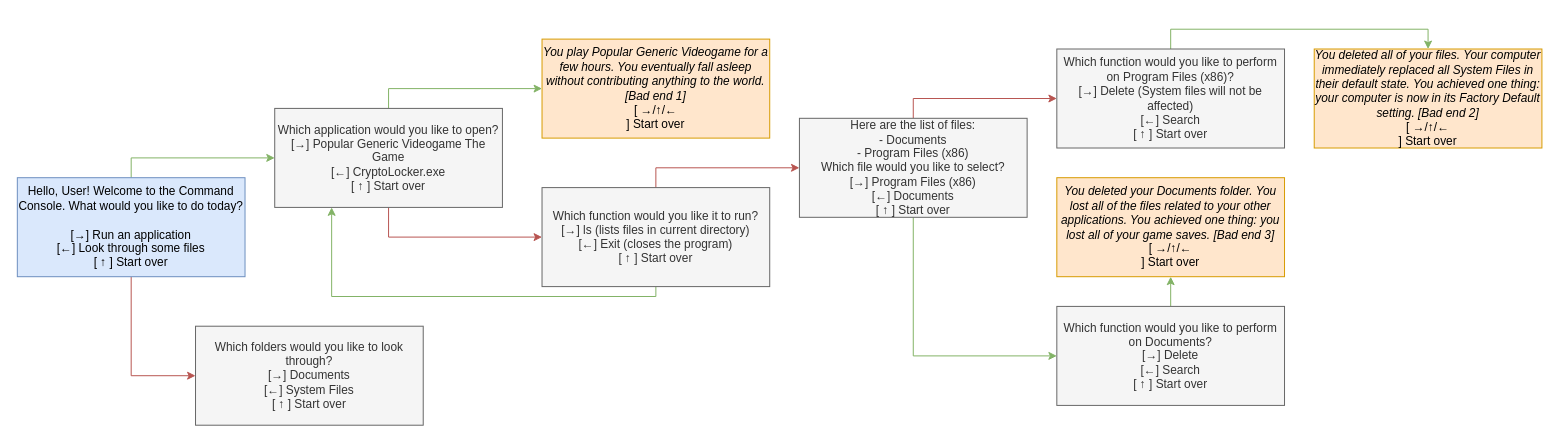
Earlier version of the draw.io diagram Story Diagram.drawio (BlizzardBunny/command-console-the-game). Source tidied: cells renumbered, new cells numbered last; positions are measured from the earlier drawing's top-left corner, leaving out a move shared by most shapes. Both pictures are drawn from the tidied source at 99%, with x=0, y=0 at pixel (17, 39).
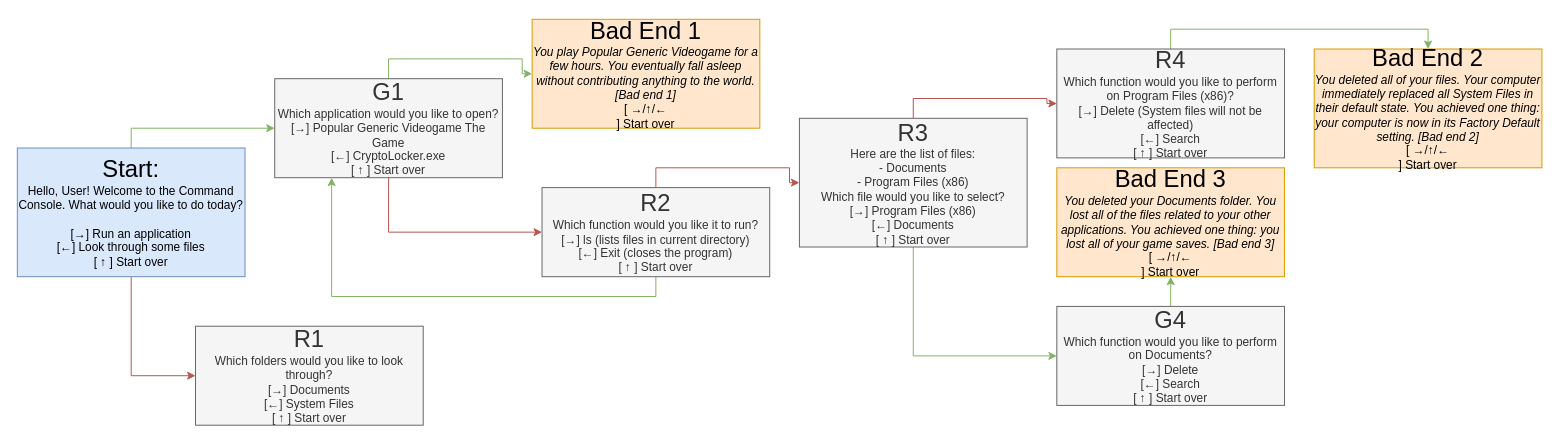
The same diagram, later.

Commit message:
naming conventions added

What changed in the source:
```diff
@@
-    <mxCell id="4" value="&lt;div&gt;Hello, User! Welcome to the Command Console. What would you like to do today?&lt;/div&gt;&lt;div&gt;&lt;br&gt;&lt;/div&gt;&lt;div&gt;[→] Run an application&lt;/div&gt;&lt;div&gt;[←] Look through some files&lt;/div&gt;&lt;div&gt;[ ↑ ] Start over&lt;/div&gt;" style="text;html=1;strokeColor=#6c8ebf;fillColor=#dae8fc;align=center;verticalAlign=middle;whiteSpace=wrap;rounded=0;" parent="1" vertex="1">
-      <mxGeometry y="140" width="230" height="100" as="geometry" />
+    <mxCell id="4" value="&lt;div style=&quot;font-size: 24px&quot;&gt;Start:&lt;/div&gt;&lt;div&gt;Hello, User! Welcome to the Command Console. What would you like to do today?&lt;/div&gt;&lt;div&gt;&lt;br&gt;&lt;/div&gt;&lt;div&gt;[→] Run an application&lt;/div&gt;&lt;div&gt;[←] Look through some files&lt;/div&gt;&lt;div&gt;[ ↑ ] Start over&lt;/div&gt;" style="text;html=1;strokeColor=#6c8ebf;fillColor=#dae8fc;align=center;verticalAlign=middle;whiteSpace=wrap;rounded=0;" parent="1" vertex="1">
+      <mxGeometry y="110" width="230" height="130" as="geometry" />
     </mxCell>
-    <mxCell id="5" style="edgeStyle=orthogonalEdgeStyle;rounded=0;jettySize=auto;html=1;exitX=0.5;exitY=0;exitDx=0;exitDy=0;entryX=0;entryY=0.5;entryDx=0;entryDy=0;fillColor=#d5e8d4;strokeColor=#82b366;" parent="1" edge="1" source="7" target="12">
+    <mxCell id="5" style="edgeStyle=orthogonalEdgeStyle;rounded=0;jettySize=auto;html=1;exitX=0.5;exitY=0;exitDx=0;exitDy=0;entryX=0;entryY=0.5;entryDx=0;entryDy=0;fillColor=#d5e8d4;strokeColor=#82b366;" parent="1" edge="1" source="7" target="22">
       <mxGeometry relative="1" as="geometry" />
     </mxCell>
@@
-    <mxCell id="7" value="&lt;div&gt;Which application would you like to open?&lt;/div&gt;&lt;div&gt;&lt;span&gt; &lt;/span&gt;[→] Popular Generic Videogame The Game&lt;/div&gt;&lt;div&gt;&lt;span&gt; &lt;/span&gt;[←] CryptoLocker.exe&lt;/div&gt;&lt;div&gt;&lt;span&gt; &lt;/span&gt;[ ↑ ] Start over&lt;/div&gt;" style="text;html=1;align=center;verticalAlign=middle;whiteSpace=wrap;rounded=0;fillColor=#f5f5f5;strokeColor=#666666;fontColor=#333333;" parent="1" vertex="1">
-      <mxGeometry x="260" y="70" width="230" height="100" as="geometry" />
+    <mxCell id="7" value="&lt;div style=&quot;font-size: 24px&quot;&gt;G1&lt;/div&gt;&lt;div&gt;Which application would you like to open?&lt;/div&gt;&lt;div&gt;&lt;span&gt; &lt;/span&gt;[→] Popular Generic Videogame The Game&lt;/div&gt;&lt;div&gt;&lt;span&gt; &lt;/span&gt;[←] CryptoLocker.exe&lt;/div&gt;&lt;div&gt;&lt;span&gt; &lt;/span&gt;[ ↑ ] Start over&lt;/div&gt;" style="text;html=1;align=center;verticalAlign=middle;whiteSpace=wrap;rounded=0;fillColor=#f5f5f5;strokeColor=#666666;fontColor=#333333;" parent="1" vertex="1">
+      <mxGeometry x="260" y="40" width="230" height="100" as="geometry" />
     </mxCell>
-    <mxCell id="8" value="&lt;div&gt;Which folders would you like to look through?&lt;/div&gt;&lt;div&gt;&lt;span&gt; &lt;/span&gt;[→] Documents&lt;/div&gt;&lt;div&gt;&lt;span&gt; &lt;/span&gt;[←] System Files&lt;/div&gt;&lt;div&gt;&lt;span&gt; &lt;/span&gt;[ ↑ ] Start over&lt;/div&gt;" style="text;html=1;strokeColor=#666666;fillColor=#f5f5f5;align=center;verticalAlign=middle;whiteSpace=wrap;rounded=0;fontColor=#333333;" parent="1" vertex="1">
+    <mxCell id="8" value="&lt;div style=&quot;font-size: 24px&quot;&gt;R1&lt;/div&gt;&lt;div&gt;Which folders would you like to look through?&lt;/div&gt;&lt;div&gt;&lt;span&gt; &lt;/span&gt;[→] Documents&lt;/div&gt;&lt;div&gt;&lt;span&gt; &lt;/span&gt;[←] System Files&lt;/div&gt;&lt;div&gt;&lt;span&gt; &lt;/span&gt;[ ↑ ] Start over&lt;/div&gt;" style="text;html=1;strokeColor=#666666;fillColor=#f5f5f5;align=center;verticalAlign=middle;whiteSpace=wrap;rounded=0;fontColor=#333333;" parent="1" vertex="1">
       <mxGeometry x="180" y="290" width="230" height="100" as="geometry" />
     </mxCell>
@@
-    <mxCell id="11" value="&lt;div&gt;Which function would you like it to run?&lt;/div&gt;&lt;div&gt;&lt;span&gt; &lt;/span&gt;[→] ls (lists files in current directory)&lt;/div&gt;&lt;div&gt;&lt;span&gt; &lt;/span&gt;[←] Exit (closes the program)&lt;/div&gt;&lt;div&gt;&lt;span&gt; &lt;/span&gt;[ ↑ ] Start over&lt;/div&gt;" style="text;html=1;strokeColor=#666666;fillColor=#f5f5f5;align=center;verticalAlign=middle;whiteSpace=wrap;rounded=0;fontColor=#333333;" parent="1" vertex="1">
-      <mxGeometry x="530" y="150" width="230" height="100" as="geometry" />
+    <mxCell id="11" value="&lt;div style=&quot;font-size: 24px&quot;&gt;R2&lt;/div&gt;&lt;div&gt;Which function would you like it to run?&lt;/div&gt;&lt;div&gt;&lt;span&gt; &lt;/span&gt;[→] ls (lists files in current directory)&lt;/div&gt;&lt;div&gt;&lt;span&gt; &lt;/span&gt;[←] Exit (closes the program)&lt;/div&gt;&lt;div&gt;&lt;span&gt; &lt;/span&gt;[ ↑ ] Start over&lt;/div&gt;" style="text;html=1;strokeColor=#666666;fillColor=#f5f5f5;align=center;verticalAlign=middle;whiteSpace=wrap;rounded=0;fontColor=#333333;" parent="1" vertex="1">
+      <mxGeometry x="530" y="150" width="230" height="90" as="geometry" />
     </mxCell>
-    <mxCell id="12" value="&lt;i&gt;You play Popular Generic Videogame for a few hours. You eventually fall asleep without contributing anything to the world. [Bad end 1]&lt;br&gt;&lt;/i&gt;[ →/↑/←&lt;br&gt;] Start over&lt;i&gt;&lt;br&gt;&lt;/i&gt;" style="text;html=1;strokeColor=#d79b00;fillColor=#ffe6cc;align=center;verticalAlign=middle;whiteSpace=wrap;rounded=0;" parent="1" vertex="1">
-      <mxGeometry x="530" width="230" height="100" as="geometry" />
-    </mxCell>
@@
-    <mxCell id="15" value="&lt;div&gt;Here are the list of files:&lt;/div&gt;&lt;div&gt;- Documents&lt;/div&gt;&lt;div&gt;- Program Files (x86)&lt;br&gt;Which file would you like to select?&lt;/div&gt;&lt;div&gt;&lt;span&gt; &lt;/span&gt;[→] Program Files (x86)&lt;/div&gt;&lt;div&gt;&lt;span&gt; &lt;/span&gt;[←] Documents&lt;/div&gt;&lt;div&gt;&lt;span&gt; &lt;/span&gt;[ ↑ ] Start over&lt;/div&gt;" style="text;html=1;strokeColor=#666666;fillColor=#f5f5f5;align=center;verticalAlign=middle;whiteSpace=wrap;rounded=0;fontColor=#333333;" parent="1" vertex="1">
-      <mxGeometry x="790" y="80" width="230" height="100" as="geometry" />
+    <mxCell id="15" value="&lt;div style=&quot;font-size: 24px&quot;&gt;R3&lt;/div&gt;&lt;div&gt;Here are the list of files:&lt;/div&gt;&lt;div&gt;- Documents&lt;/div&gt;&lt;div&gt;- Program Files (x86)&lt;br&gt;Which file would you like to select?&lt;/div&gt;&lt;div&gt;&lt;span&gt; &lt;/span&gt;[→] Program Files (x86)&lt;/div&gt;&lt;div&gt;&lt;span&gt; &lt;/span&gt;[←] Documents&lt;/div&gt;&lt;div&gt;&lt;span&gt; &lt;/span&gt;[ ↑ ] Start over&lt;/div&gt;" style="text;html=1;strokeColor=#666666;fillColor=#f5f5f5;align=center;verticalAlign=middle;whiteSpace=wrap;rounded=0;fontColor=#333333;" parent="1" vertex="1">
+      <mxGeometry x="790" y="80" width="230" height="130" as="geometry" />
     </mxCell>
-    <mxCell id="16" style="edgeStyle=orthogonalEdgeStyle;rounded=0;jettySize=auto;html=1;exitX=0.5;exitY=0;exitDx=0;exitDy=0;entryX=0.5;entryY=0;entryDx=0;entryDy=0;fillColor=#d5e8d4;strokeColor=#82b366;" parent="1" edge="1" source="17" target="20">
+    <mxCell id="16" style="edgeStyle=orthogonalEdgeStyle;rounded=0;jettySize=auto;html=1;exitX=0.5;exitY=0;exitDx=0;exitDy=0;entryX=0.5;entryY=0;entryDx=0;entryDy=0;fillColor=#d5e8d4;strokeColor=#82b366;" parent="1" edge="1" source="17" target="23">
       <mxGeometry relative="1" as="geometry" />
     </mxCell>
-    <mxCell id="17" value="&lt;div&gt;Which function would you like to perform on Program Files (x86)?&lt;/div&gt;&lt;div&gt;&lt;span&gt; &lt;/span&gt;[→] Delete (System files will not be affected)&lt;/div&gt;&lt;div&gt;&lt;span&gt; &lt;/span&gt;[←] Search&lt;/div&gt;&lt;div&gt;&lt;span&gt; &lt;/span&gt;[ ↑ ] Start over&lt;/div&gt;" style="text;html=1;strokeColor=#666666;fillColor=#f5f5f5;align=center;verticalAlign=middle;whiteSpace=wrap;rounded=0;fontColor=#333333;" parent="1" vertex="1">
-      <mxGeometry x="1050" y="10" width="230" height="100" as="geometry" />
+    <mxCell id="17" value="&lt;div style=&quot;font-size: 24px&quot;&gt;R4&lt;/div&gt;&lt;div&gt;Which function would you like to perform on Program Files (x86)?&lt;/div&gt;&lt;div&gt;&lt;span&gt; &lt;/span&gt;[→] Delete (System files will not be affected)&lt;/div&gt;&lt;div&gt;&lt;span&gt; &lt;/span&gt;[←] Search&lt;/div&gt;&lt;div&gt;&lt;span&gt; &lt;/span&gt;[ ↑ ] Start over&lt;/div&gt;" style="text;html=1;strokeColor=#666666;fillColor=#f5f5f5;align=center;verticalAlign=middle;whiteSpace=wrap;rounded=0;fontColor=#333333;" parent="1" vertex="1">
+      <mxGeometry x="1050" y="10" width="230" height="110" as="geometry" />
     </mxCell>
-    <mxCell id="18" style="edgeStyle=orthogonalEdgeStyle;rounded=0;jettySize=auto;html=1;exitX=0.5;exitY=0;exitDx=0;exitDy=0;entryX=0.5;entryY=1;entryDx=0;entryDy=0;fillColor=#d5e8d4;strokeColor=#82b366;" parent="1" edge="1" source="19" target="21">
+    <mxCell id="18" style="edgeStyle=orthogonalEdgeStyle;rounded=0;jettySize=auto;html=1;exitX=0.5;exitY=0;exitDx=0;exitDy=0;entryX=0.5;entryY=1;entryDx=0;entryDy=0;fillColor=#d5e8d4;strokeColor=#82b366;" parent="1" edge="1" source="19" target="24">
       <mxGeometry relative="1" as="geometry" />
     </mxCell>
-    <mxCell id="19" value="&lt;div&gt;Which function would you like to perform on Documents?&lt;/div&gt;&lt;div&gt;&lt;span&gt; &lt;/span&gt;[→] Delete&lt;/div&gt;&lt;div&gt;&lt;span&gt; &lt;/span&gt;[←] Search&lt;/div&gt;&lt;div&gt;&lt;span&gt; &lt;/span&gt;[ ↑ ] Start over&lt;/div&gt;" style="text;html=1;strokeColor=#666666;fillColor=#f5f5f5;align=center;verticalAlign=middle;whiteSpace=wrap;rounded=0;fontColor=#333333;" parent="1" vertex="1">
+    <mxCell id="19" value="&lt;div style=&quot;font-size: 24px&quot;&gt;G4&lt;/div&gt;&lt;div&gt;Which function would you like to perform on Documents?&lt;/div&gt;&lt;div&gt;&lt;span&gt; &lt;/span&gt;[→] Delete&lt;/div&gt;&lt;div&gt;&lt;span&gt; &lt;/span&gt;[←] Search&lt;/div&gt;&lt;div&gt;&lt;span&gt; &lt;/span&gt;[ ↑ ] Start over&lt;/div&gt;" style="text;html=1;strokeColor=#666666;fillColor=#f5f5f5;align=center;verticalAlign=middle;whiteSpace=wrap;rounded=0;fontColor=#333333;" parent="1" vertex="1">
       <mxGeometry x="1050" y="270" width="230" height="100" as="geometry" />
     </mxCell>
-    <mxCell id="20" value="&lt;i&gt;You deleted all of your files. Your computer immediately replaced all System Files in their default state. You achieved one thing: your computer is now in its Factory Default setting. [Bad end 2]&lt;br&gt;&lt;/i&gt;[ →/↑/←&lt;br&gt;] Start over&lt;i&gt;&lt;br&gt;&lt;/i&gt;" style="text;html=1;strokeColor=#d79b00;fillColor=#ffe6cc;align=center;verticalAlign=middle;whiteSpace=wrap;rounded=0;" parent="1" vertex="1">
-      <mxGeometry x="1310" y="10" width="230" height="100" as="geometry" />
-    </mxCell>
-    <mxCell id="21" value="&lt;i&gt;You deleted your Documents folder. You lost all of the files related to your other applications. You achieved one thing: you lost all of your game saves. [Bad end 3]&lt;br&gt;&lt;/i&gt;[ →/↑/←&lt;br&gt;] Start over&lt;i&gt;&lt;br&gt;&lt;/i&gt;" style="text;html=1;strokeColor=#d79b00;fillColor=#ffe6cc;align=center;verticalAlign=middle;whiteSpace=wrap;rounded=0;" parent="1" vertex="1">
-      <mxGeometry x="1050" y="140" width="230" height="100" as="geometry" />
-    </mxCell>
+    <mxCell id="22" value="&lt;div style=&quot;font-size: 24px&quot;&gt;Bad End 1&lt;/div&gt;&lt;div&gt;&lt;i style=&quot;color: rgb(0 , 0 , 0)&quot;&gt;You play Popular Generic Videogame for a few hours. You eventually fall asleep without contributing anything to the world. [Bad end 1]&lt;br&gt;&lt;/i&gt;&lt;span style=&quot;color: rgb(0 , 0 , 0)&quot;&gt;[ →/↑/←&lt;/span&gt;&lt;br style=&quot;color: rgb(0 , 0 , 0)&quot;&gt;&lt;span style=&quot;color: rgb(0 , 0 , 0)&quot;&gt;] Start over&lt;/span&gt;&lt;br&gt;&lt;/div&gt;" style="text;html=1;align=center;verticalAlign=middle;whiteSpace=wrap;rounded=0;fillColor=#ffe6cc;strokeColor=#d79b00;" parent="1" vertex="1">
+      <mxGeometry x="520" y="-20" width="230" height="110" as="geometry" />
+    </mxCell>
+    <mxCell id="23" value="&lt;div style=&quot;font-size: 24px&quot;&gt;Bad End 2&lt;/div&gt;&lt;div&gt;&lt;i&gt;You deleted all of your files. Your computer immediately replaced all System Files in their default state. You achieved one thing: your computer is now in its Factory Default setting. [Bad end 2]&lt;br&gt;&lt;/i&gt;[ →/↑/←&lt;br&gt;] Start over&lt;br&gt;&lt;/div&gt;" style="text;html=1;align=center;verticalAlign=middle;whiteSpace=wrap;rounded=0;fillColor=#ffe6cc;strokeColor=#d79b00;" parent="1" vertex="1">
+      <mxGeometry x="1310" y="10" width="230" height="120" as="geometry" />
+    </mxCell>
+    <mxCell id="24" value="&lt;div style=&quot;font-size: 24px&quot;&gt;Bad End 3&lt;/div&gt;&lt;div&gt;&lt;i&gt;You deleted your Documents folder. You lost all of the files related to your other applications. You achieved one thing: you lost all of your game saves. [Bad end 3]&lt;br&gt;&lt;/i&gt;[ →/↑/←&lt;br&gt;] Start over&lt;br&gt;&lt;/div&gt;" style="text;html=1;align=center;verticalAlign=middle;whiteSpace=wrap;rounded=0;fillColor=#ffe6cc;strokeColor=#d79b00;" parent="1" vertex="1">
+      <mxGeometry x="1050" y="130" width="230" height="110" as="geometry" />
+    </mxCell>
```
